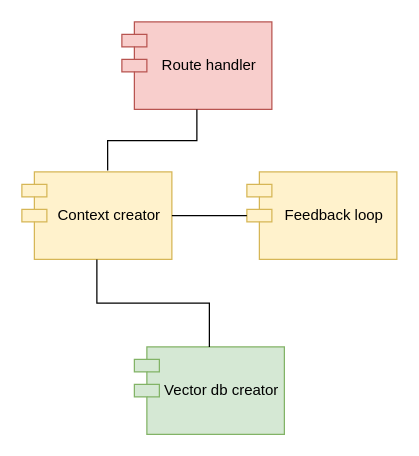
Earlier version of the draw.io diagram diagrams/Architecture.drawio (xivind/sandbox). Source tidied: cells renumbered, new cells numbered last; positions are measured from the earlier drawing's top-left corner, leaving out a move shared by most shapes. Both pictures are drawn from the tidied source at 125%, with x=0, y=0 at pixel (21, 21).
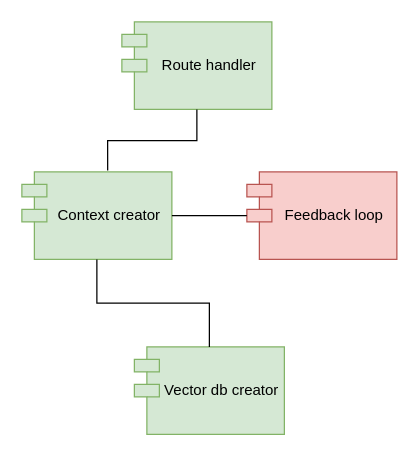
The same diagram, later.

Diff of the diagram source:
```diff
@@
 <mxGraphModel>
   <root>
     <mxCell id="0" />
     <mxCell id="1" parent="0" />
-    <mxCell id="2" value="Route handler" style="shape=module;align=left;spacingLeft=20;align=center;verticalAlign=middle;whiteSpace=wrap;html=1;fillColor=#f8cecc;strokeColor=#b85450;gradientColor=none;" parent="1" vertex="1">
+    <mxCell id="2" value="Route handler" style="shape=module;align=left;spacingLeft=20;align=center;verticalAlign=middle;whiteSpace=wrap;html=1;fillColor=#d5e8d4;strokeColor=#82b366;" parent="1" vertex="1">
       <mxGeometry x="80" width="120" height="70" as="geometry" />
     </mxCell>
     <mxCell id="3" value="Vector db creator" style="shape=module;align=left;spacingLeft=20;align=center;verticalAlign=middle;whiteSpace=wrap;html=1;fillColor=#d5e8d4;strokeColor=#82b366;" parent="1" vertex="1">
       <mxGeometry x="90" y="260" width="120" height="70" as="geometry" />
     </mxCell>
-    <mxCell id="4" value="Context creator" style="shape=module;align=left;spacingLeft=20;align=center;verticalAlign=middle;whiteSpace=wrap;html=1;fillColor=#fff2cc;strokeColor=#d6b656;" parent="1" vertex="1">
+    <mxCell id="4" value="Context creator" style="shape=module;align=left;spacingLeft=20;align=center;verticalAlign=middle;whiteSpace=wrap;html=1;fillColor=#d5e8d4;strokeColor=#82b366;" parent="1" vertex="1">
       <mxGeometry y="120" width="120" height="70" as="geometry" />
     </mxCell>
-    <mxCell id="5" value="Feedback loop" style="shape=module;align=left;spacingLeft=20;align=center;verticalAlign=middle;whiteSpace=wrap;html=1;fillColor=#fff2cc;strokeColor=#d6b656;" parent="1" vertex="1">
+    <mxCell id="5" value="Feedback loop" style="shape=module;align=left;spacingLeft=20;align=center;verticalAlign=middle;whiteSpace=wrap;html=1;fillColor=#f8cecc;strokeColor=#b85450;" parent="1" vertex="1">
       <mxGeometry x="180" y="120" width="120" height="70" as="geometry" />
     </mxCell>
     <mxCell id="6" style="endArrow=none;html=1;rounded=0;entryX=0.5;entryY=1;entryDx=0;entryDy=0;exitX=0.5;exitY=0;exitDx=0;exitDy=0;edgeStyle=orthogonalEdgeStyle;" parent="1" edge="1" source="3" target="4">
       <mxGeometry relative="1" as="geometry" />
     </mxCell>
     <mxCell id="7" style="endArrow=none;html=1;rounded=0;entryX=0.5;entryY=1;entryDx=0;entryDy=0;exitX=0.572;exitY=-0.017;exitDx=0;exitDy=0;exitPerimeter=0;edgeStyle=orthogonalEdgeStyle;" parent="1" edge="1" source="4" target="2">
       <mxGeometry relative="1" as="geometry" />
     </mxCell>
     <mxCell id="8" style="endArrow=none;html=1;rounded=0;exitX=1;exitY=0.5;exitDx=0;exitDy=0;entryX=0;entryY=0;entryDx=0;entryDy=35;entryPerimeter=0;" parent="1" edge="1" source="4" target="5">
       <mxGeometry relative="1" as="geometry" />
     </mxCell>
   </root>
 </mxGraphModel>
```
